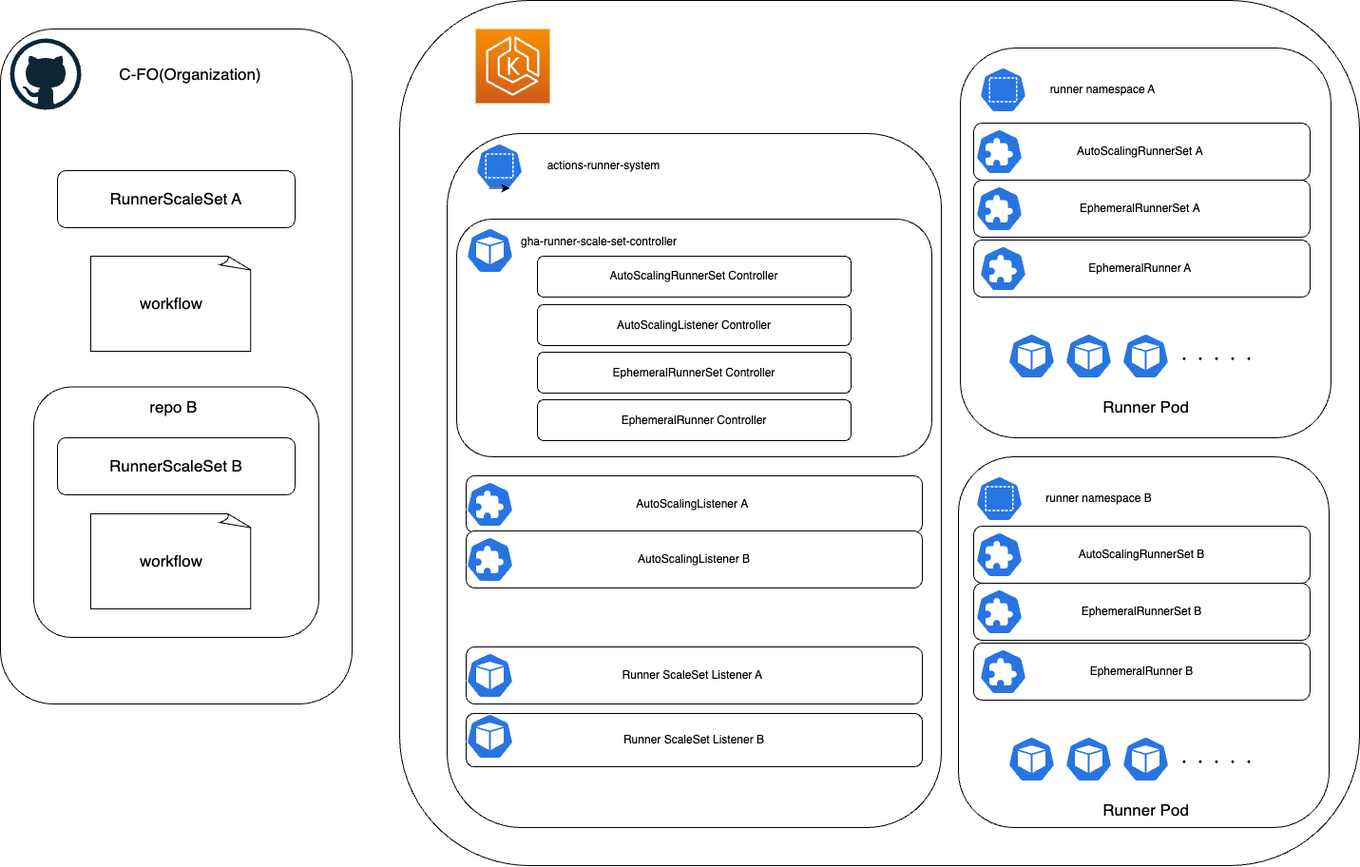
Above: drawio/autoscaling_runner-scale-set-mode-base.drawio.png in freee-akito-fujihara/ARC-AutoScalingRunnerScaleSet (draw.io), before the change. Source tidied: cells renumbered, new cells last; positions are measured from the earlier drawing's top-left corner, leaving out a move shared by most shapes.
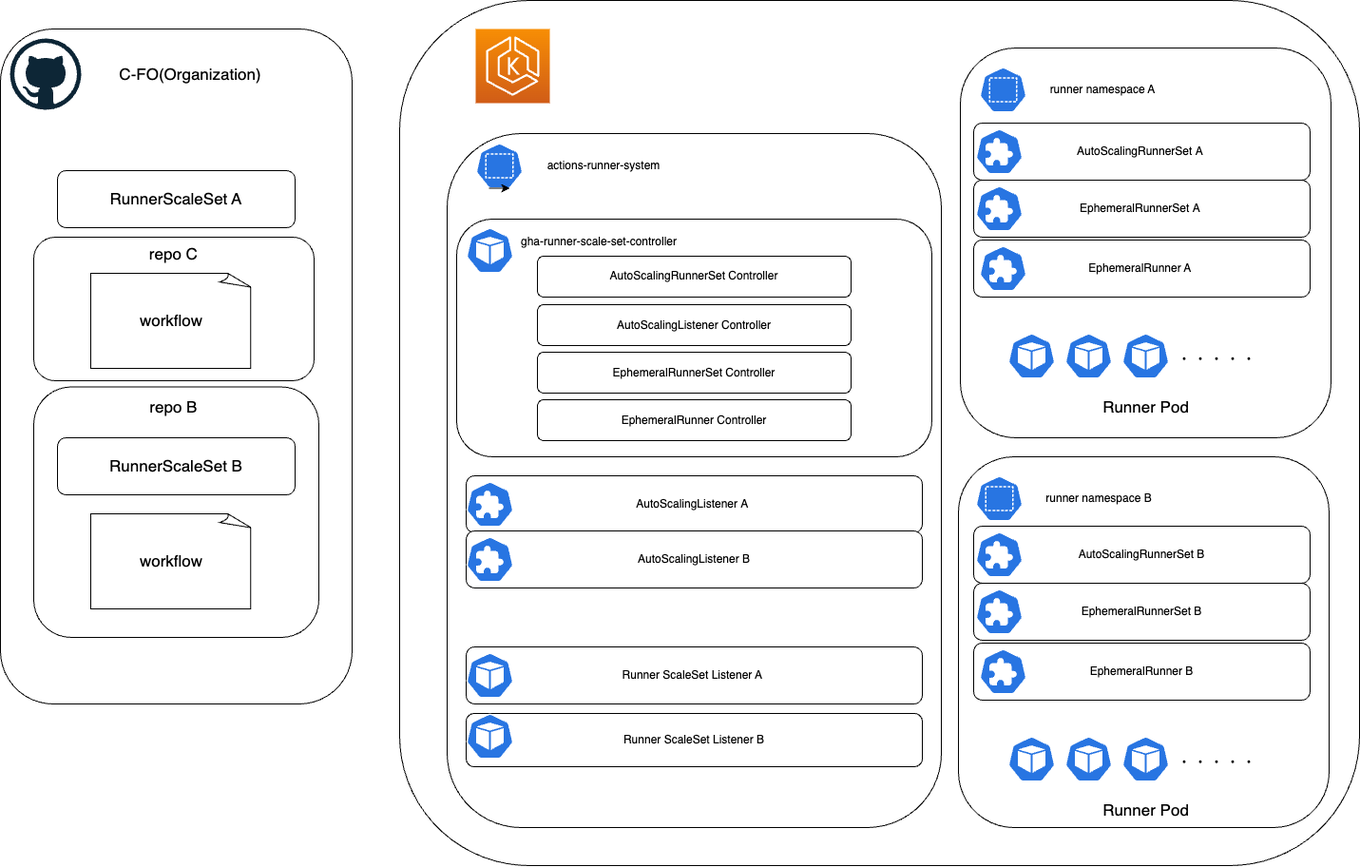
Above is the later version.

Change to the diagram source:
```diff
@@ -92,9 +92,6 @@
     <mxCell id="31" value="RunnerScaleSet B" style="rounded=1;whiteSpace=wrap;html=1;fontSize=17;" parent="1" vertex="1">
       <mxGeometry x="60" y="460" width="250" height="60" as="geometry" />
     </mxCell>
-    <mxCell id="32" value="workflow" style="whiteSpace=wrap;html=1;shape=mxgraph.basic.document;fontSize=17;" parent="1" vertex="1">
-      <mxGeometry x="95" y="269" width="170" height="100" as="geometry" />
-    </mxCell>
     <mxCell id="33" value="AutoScalingListener&amp;nbsp;A&amp;nbsp;" style="rounded=1;whiteSpace=wrap;html=1;" parent="1" vertex="1">
       <mxGeometry x="490" y="500" width="480" height="60" as="geometry" />
     </mxCell>
@@ -176,5 +173,14 @@
     <mxCell id="59" style="sketch=0;html=1;dashed=0;whitespace=wrap;fillColor=#2875E2;strokeColor=#ffffff;verticalLabelPosition=bottom;align=center;verticalAlign=top;shape=mxgraph.kubernetes.icon;prIcon=crd;fontSize=17;" parent="1" vertex="1">
       <mxGeometry x="1030" y="682" width="50" height="48" as="geometry" />
     </mxCell>
+    <mxCell id="60" style="rounded=1;whiteSpace=wrap;html=1;fontSize=17;" parent="1" vertex="1">
+      <mxGeometry x="35" y="249" width="295" height="151" as="geometry" />
+    </mxCell>
+    <mxCell id="32" value="workflow" style="whiteSpace=wrap;html=1;shape=mxgraph.basic.document;fontSize=17;" parent="1" vertex="1">
+      <mxGeometry x="95" y="287" width="170" height="100" as="geometry" />
+    </mxCell>
+    <mxCell id="61" value="&amp;nbsp;repo C" style="text;strokeColor=none;align=center;fillColor=none;html=1;verticalAlign=middle;whiteSpace=wrap;rounded=0;fontSize=17;" parent="1" vertex="1">
+      <mxGeometry x="150" y="252" width="60" height="30" as="geometry" />
+    </mxCell>
   </root>
 </mxGraphModel>
```
